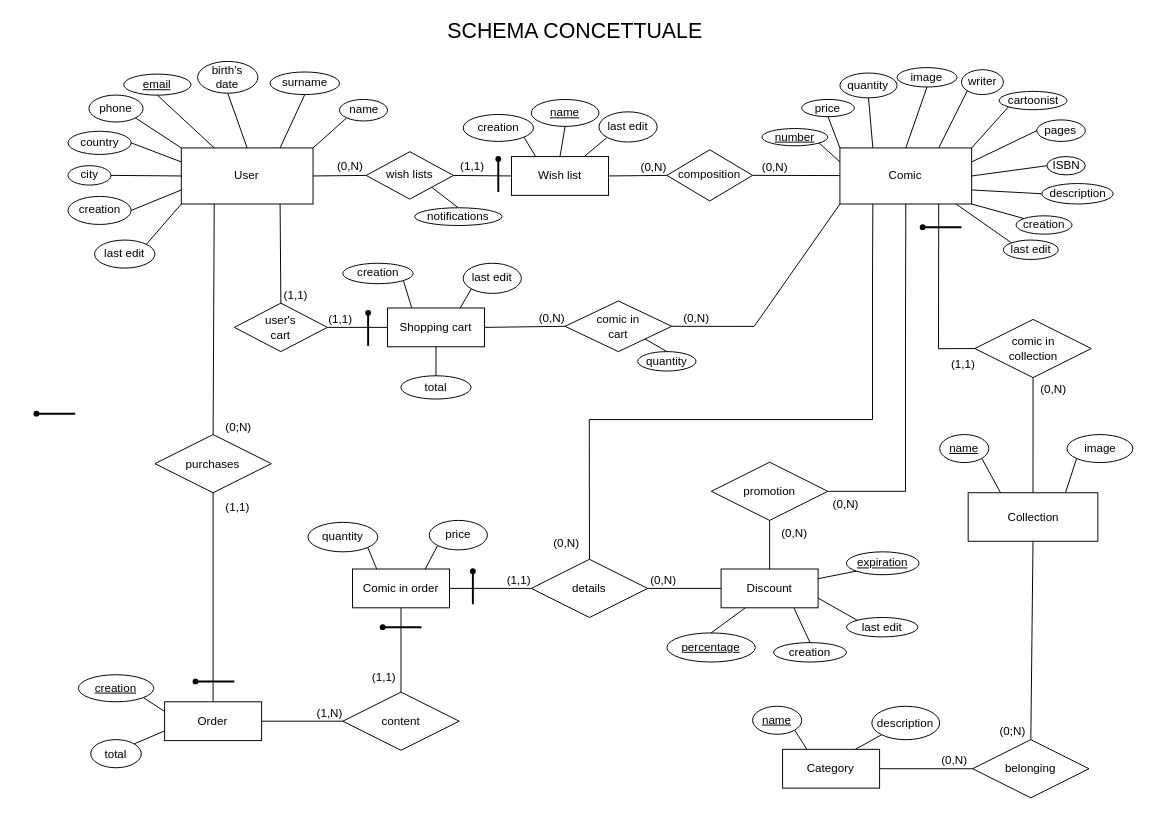
Enricods-i/Comics-Store-Backend keeps this draw.io diagram as doc/database/Comic_shop_ER_diagram.drawio. Above is the earlier version. Source tidied: cells renumbered, new cells numbered last; positions are measured from the earlier drawing's top-left corner, leaving out a move shared by most shapes. Both pictures are drawn from the tidied source at 97%, with x=0, y=0 at pixel (16, 16).
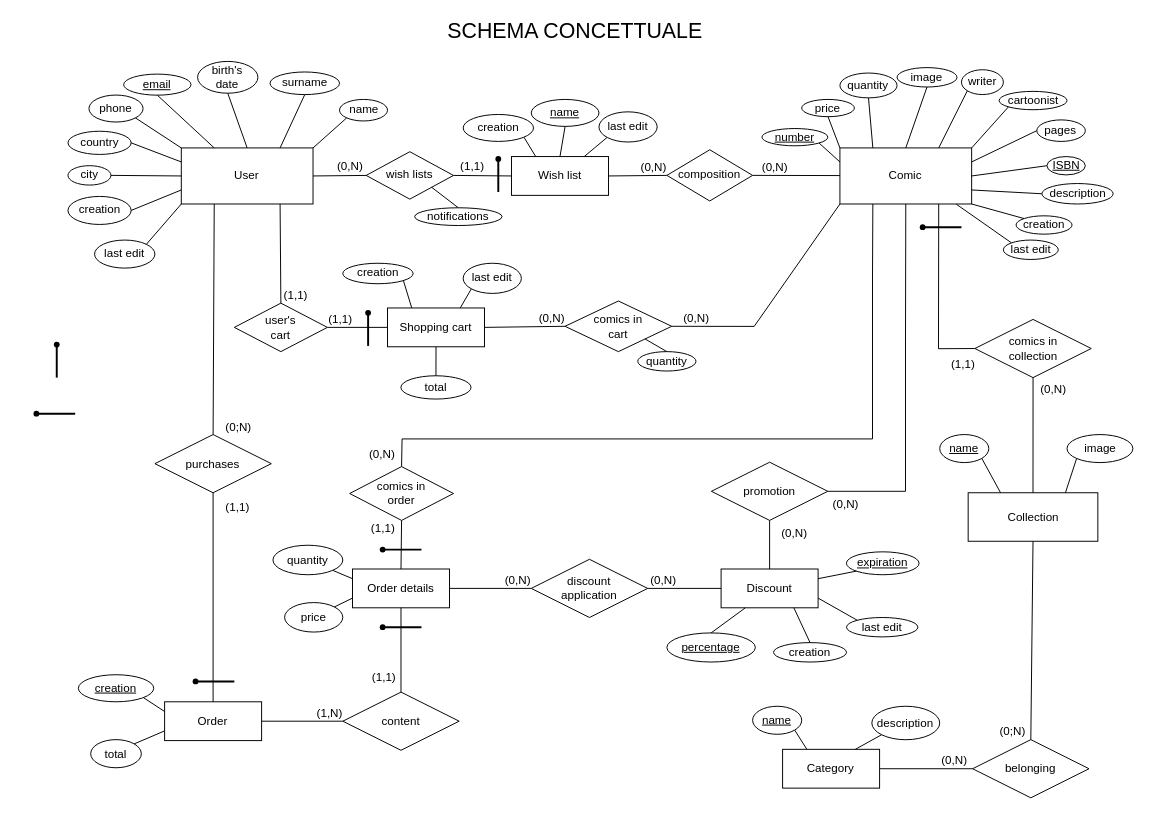
Above is the later version.

Commit message (it also covers changes not shown here):
Modifiche alla documentazione del database ed allo schema ER completate

Unchanged cells that the change refers to:
```xml
<mxCell id="2" value="Comic" style="whiteSpace=wrap;html=1;align=center;" parent="1" vertex="1">
  <mxGeometry x="848.4" y="135" width="135.8" height="57.8" as="geometry" />
</mxCell>
<mxCell id="138" style="endArrow=none;html=1;rounded=0;exitX=1;exitY=0.5;exitDx=0;exitDy=0;entryX=0;entryY=0.5;entryDx=0;entryDy=0;" parent="1" edge="1" source="132" target="133">
  <mxGeometry relative="1" as="geometry" />
</mxCell>
```

Change to the diagram source:
```diff
@@
-    <mxCell id="17" value="ISBN" style="ellipse;whiteSpace=wrap;html=1;align=center;" parent="1" vertex="1">
+    <mxCell id="17" value="&lt;u&gt;ISBN&lt;/u&gt;" style="ellipse;whiteSpace=wrap;html=1;align=center;" parent="1" vertex="1">
       <mxGeometry x="1061.8" y="143.9" width="39.6" height="18.9" as="geometry" />
     </mxCell>
@@
-    <mxCell id="41" value="comic in&lt;br&gt;collection" style="shape=rhombus;perimeter=rhombusPerimeter;whiteSpace=wrap;html=1;align=center;" parent="1" vertex="1">
+    <mxCell id="41" value="comics in&lt;br&gt;collection" style="shape=rhombus;perimeter=rhombusPerimeter;whiteSpace=wrap;html=1;align=center;" parent="1" vertex="1">
       <mxGeometry x="987.5" y="311.8" width="120" height="60" as="geometry" />
     </mxCell>
@@
-    <mxCell id="70" style="endArrow=none;html=1;rounded=0;exitX=0.25;exitY=1;exitDx=0;exitDy=0;entryX=0.5;entryY=0;entryDx=0;entryDy=0;" parent="1" edge="1" source="2" target="133">
+    <mxCell id="70" style="endArrow=none;html=1;rounded=0;exitX=0.25;exitY=1;exitDx=0;exitDy=0;entryX=0.5;entryY=0;entryDx=0;entryDy=0;" parent="1" edge="1" source="2" target="158">
       <mxGeometry relative="1" as="geometry">
         <Array as="points">
           <mxPoint x="882" y="265" />
-          <mxPoint x="882" y="415" />
-          <mxPoint x="590" y="415" />
+          <mxPoint x="882" y="435" />
+          <mxPoint x="397" y="435" />
         </Array>
       </mxGeometry>
     </mxCell>
     <mxCell id="71" value="(0,N)" style="html=1;align=right;verticalAlign=bottom;" parent="70" vertex="1">
       <mxGeometry x="1" relative="1" as="geometry">
-        <mxPoint x="-10" y="-8" as="offset" />
+        <mxPoint x="-6" y="-5" as="offset" />
       </mxGeometry>
     </mxCell>
@@
-    <mxCell id="116" value="comic in&lt;br&gt;cart" style="shape=rhombus;perimeter=rhombusPerimeter;whiteSpace=wrap;html=1;align=center;" parent="1" vertex="1">
+    <mxCell id="116" value="comics in&lt;br&gt;cart" style="shape=rhombus;perimeter=rhombusPerimeter;whiteSpace=wrap;html=1;align=center;" parent="1" vertex="1">
       <mxGeometry x="565" y="292.8" width="110" height="52.2" as="geometry" />
     </mxCell>
@@
-    <mxCell id="132" value="Comic in order" style="whiteSpace=wrap;html=1;align=center;" parent="1" vertex="1">
+    <mxCell id="132" value="Order details" style="whiteSpace=wrap;html=1;align=center;" parent="1" vertex="1">
       <mxGeometry x="345.9" y="569.1" width="100" height="40" as="geometry" />
     </mxCell>
-    <mxCell id="133" value="details" style="shape=rhombus;perimeter=rhombusPerimeter;whiteSpace=wrap;html=1;align=center;" parent="1" vertex="1">
+    <mxCell id="133" value="discount&lt;br&gt;application" style="shape=rhombus;perimeter=rhombusPerimeter;whiteSpace=wrap;html=1;align=center;" parent="1" vertex="1">
       <mxGeometry x="530.2" y="559.1" width="120" height="60" as="geometry" />
     </mxCell>
     <mxCell id="134" value="quantity" style="ellipse;whiteSpace=wrap;html=1;align=center;" parent="1" vertex="1">
-      <mxGeometry x="300" y="521" width="72" height="30.4" as="geometry" />
+      <mxGeometry x="263.9" y="544.6" width="72" height="30.4" as="geometry" />
     </mxCell>
     <mxCell id="135" value="price" style="ellipse;whiteSpace=wrap;html=1;align=center;" parent="1" vertex="1">
-      <mxGeometry x="425" y="519" width="60" height="30.4" as="geometry" />
+      <mxGeometry x="275.9" y="603.7" width="60" height="30.4" as="geometry" />
     </mxCell>
-    <mxCell id="136" style="endArrow=none;html=1;rounded=0;exitX=0.25;exitY=0;exitDx=0;exitDy=0;entryX=1;entryY=1;entryDx=0;entryDy=0;" parent="1" edge="1" source="132" target="134">
+    <mxCell id="136" style="endArrow=none;html=1;rounded=0;exitX=0;exitY=0.25;exitDx=0;exitDy=0;entryX=1;entryY=1;entryDx=0;entryDy=0;" parent="1" edge="1" source="132" target="134">
       <mxGeometry relative="1" as="geometry" />
     </mxCell>
-    <mxCell id="137" style="endArrow=none;html=1;rounded=0;exitX=0.75;exitY=0;exitDx=0;exitDy=0;entryX=0;entryY=1;entryDx=0;entryDy=0;" parent="1" edge="1" source="132" target="135">
+    <mxCell id="137" style="endArrow=none;html=1;rounded=0;exitX=0;exitY=0.75;exitDx=0;exitDy=0;entryX=1;entryY=0;entryDx=0;entryDy=0;" parent="1" edge="1" source="132" target="135">
       <mxGeometry relative="1" as="geometry" />
     </mxCell>
@@
-    <mxCell id="139" value="(1,1)" style="html=1;align=right;verticalAlign=bottom;" parent="138" vertex="1">
+    <mxCell id="139" value="(0,N)" style="html=1;align=right;verticalAlign=bottom;" parent="138" vertex="1">
       <mxGeometry x="1" relative="1" as="geometry" />
     </mxCell>
@@
-    <mxCell id="156" style="shape=waypoint;sketch=0;fillStyle=solid;size=6;fillColor=none;perimeter=centerPerimeter;" parent="1" vertex="1">
-      <mxGeometry x="450" y="551.4" width="40" height="40" as="geometry" />
-    </mxCell>
-    <mxCell id="157" style="line;strokeWidth=2;direction=south;html=1;" parent="1" vertex="1">
-      <mxGeometry x="465" y="571" width="10" height="34.5" as="geometry" />
-    </mxCell>
+    <mxCell id="158" value="comics in&lt;br&gt;order" style="shape=rhombus;perimeter=rhombusPerimeter;whiteSpace=wrap;html=1;align=center;" parent="1" vertex="1">
+      <mxGeometry x="343" y="463.5" width="107" height="55.5" as="geometry" />
+    </mxCell>
+    <mxCell id="159" style="endArrow=none;html=1;rounded=0;exitX=0.5;exitY=0;exitDx=0;exitDy=0;entryX=0.5;entryY=1;entryDx=0;entryDy=0;" parent="1" edge="1" source="132" target="158">
+      <mxGeometry relative="1" as="geometry" />
+    </mxCell>
+    <mxCell id="160" value="(1,1)" style="html=1;align=right;verticalAlign=bottom;" parent="159" vertex="1">
+      <mxGeometry x="1" relative="1" as="geometry">
+        <mxPoint x="-6" y="16" as="offset" />
+      </mxGeometry>
+    </mxCell>
+    <mxCell id="161" style="shape=waypoint;sketch=0;fillStyle=solid;size=6;fillColor=none;perimeter=centerPerimeter;" parent="1" vertex="1">
+      <mxGeometry x="357" y="529.1" width="40" height="40" as="geometry" />
+    </mxCell>
+    <mxCell id="162" style="line;strokeWidth=2;html=1;" parent="1" vertex="1">
+      <mxGeometry x="379.1" y="544.1" width="37.9" height="10" as="geometry" />
+    </mxCell>
+    <mxCell id="163" style="shape=waypoint;sketch=0;fillStyle=solid;size=6;fillColor=none;perimeter=centerPerimeter;" parent="1" vertex="1">
+      <mxGeometry x="21" y="317.7" width="40" height="40" as="geometry" />
+    </mxCell>
+    <mxCell id="164" style="line;strokeWidth=2;direction=south;html=1;" parent="1" vertex="1">
+      <mxGeometry x="36" y="337.3" width="10" height="34.5" as="geometry" />
+    </mxCell>
```
